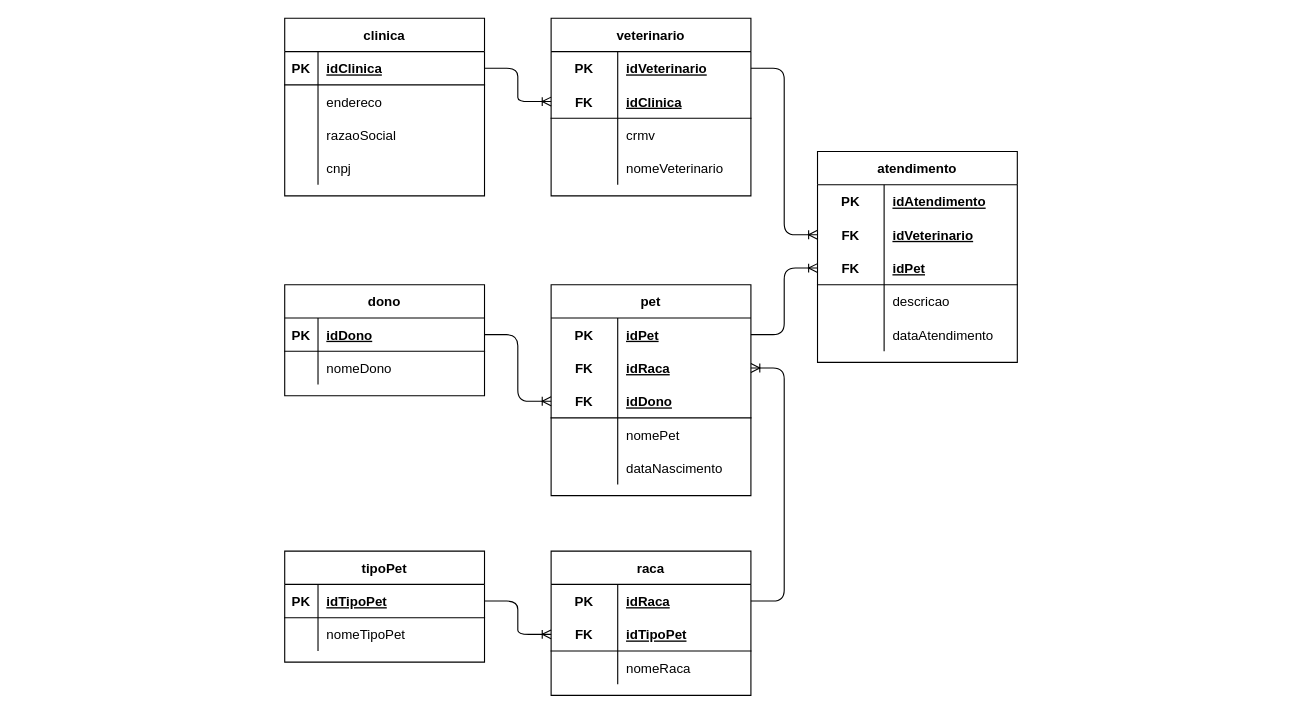
Earlier version of the draw.io diagram page "logico" (2 of 2) of reforco/tarde/lovePets/sprint-1-bd/modelagens/lovePets_modelagem.drawio (RegisMagalhaes/LovePets). Source tidied: cells renumbered, new cells numbered last; positions are measured from the earlier drawing's top-left corner, leaving out a move shared by most shapes. Both pictures are drawn from the tidied source at 111%, with x=0, y=0 at pixel (284, 18).
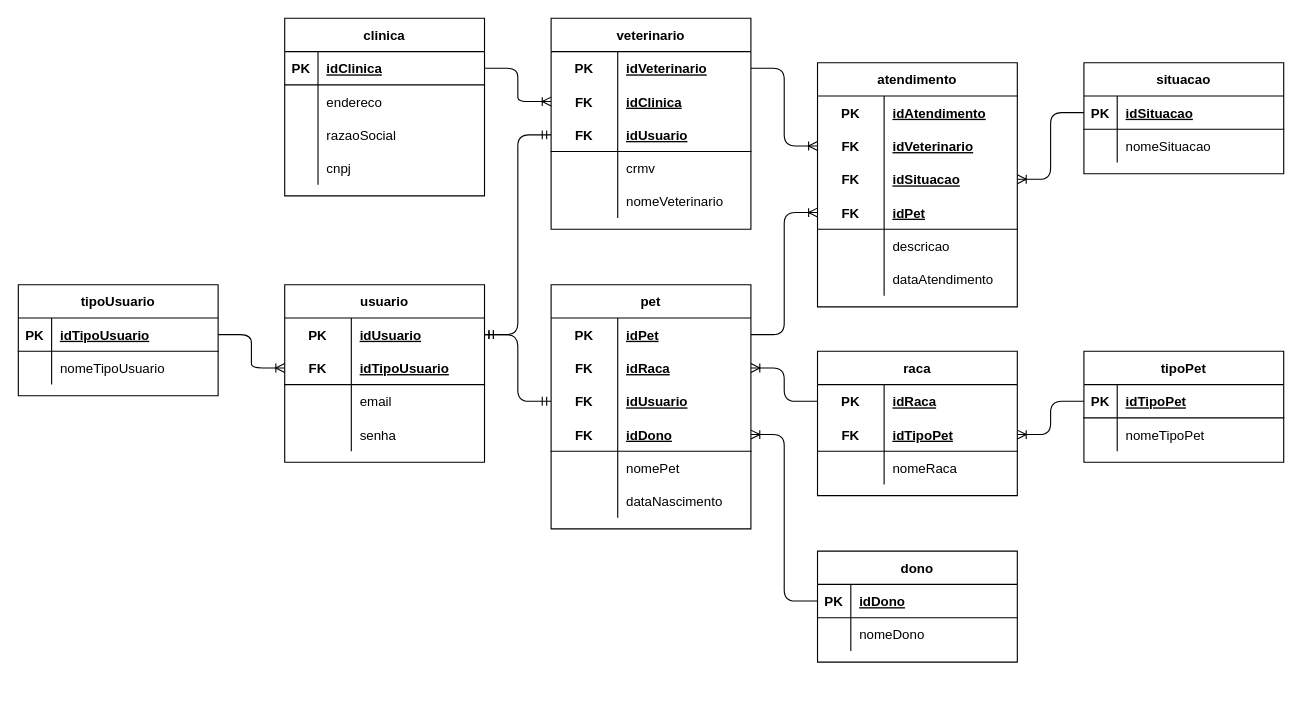
After the change.

Unchanged cells that the change refers to:
```xml
<mxCell id="3" style="shape=partialRectangle;fillColor=none;top=0;left=0;bottom=1;right=0;points=[[0,0.5],[1,0.5]];portConstraint=eastwest;" parent="2" vertex="1">
  <mxGeometry y="30" width="180" height="30" as="geometry" />
</mxCell>
```

Diff of the diagram source:
```diff
@@
     <mxCell id="15" value="veterinario" style="shape=table;startSize=30;childLayout=tableLayout;rowLines=0;fontStyle=1;align=center;" parent="1" vertex="1">
-      <mxGeometry x="240" width="180" height="160" as="geometry" />
+      <mxGeometry x="240" width="180" height="190" as="geometry" />
     </mxCell>
@@
+    <mxCell id="90" style="shape=partialRectangle;fillColor=none;top=0;left=0;bottom=0;right=0;points=[[0,0.5],[1,0.5]];portConstraint=eastwest;" parent="15" vertex="1">
+      <mxGeometry y="60" width="180" height="30" as="geometry" />
+    </mxCell>
+    <mxCell id="91" value="FK" style="shape=partialRectangle;fillColor=none;top=0;left=0;bottom=0;right=0;fontStyle=1;overflow=hidden;" parent="90" vertex="1">
+      <mxGeometry width="60" height="30" as="geometry" />
+    </mxCell>
+    <mxCell id="92" value="idClinica" style="shape=partialRectangle;fillColor=none;top=0;left=0;bottom=0;right=0;align=left;spacingLeft=6;fontStyle=5;overflow=hidden;" parent="90" vertex="1">
+      <mxGeometry x="60" width="120" height="30" as="geometry" />
+    </mxCell>
     <mxCell id="19" style="shape=partialRectangle;fillColor=none;top=0;left=0;bottom=1;right=0;points=[[0,0.5],[1,0.5]];portConstraint=eastwest;" parent="15" vertex="1">
-      <mxGeometry y="60" width="180" height="30" as="geometry" />
+      <mxGeometry y="90" width="180" height="30" as="geometry" />
     </mxCell>
@@
-    <mxCell id="21" value="idClinica" style="shape=partialRectangle;fillColor=none;top=0;left=0;bottom=0;right=0;align=left;spacingLeft=6;fontStyle=5;overflow=hidden;" parent="19" vertex="1">
+    <mxCell id="21" value="idUsuario" style="shape=partialRectangle;fillColor=none;top=0;left=0;bottom=0;right=0;align=left;spacingLeft=6;fontStyle=5;overflow=hidden;" parent="19" vertex="1">
       <mxGeometry x="60" width="120" height="30" as="geometry" />
     </mxCell>
     <mxCell id="22" style="shape=partialRectangle;fillColor=none;top=0;left=0;bottom=0;right=0;" parent="15" vertex="1">
-      <mxGeometry y="90" width="180" height="30" as="geometry" />
+      <mxGeometry y="120" width="180" height="30" as="geometry" />
     </mxCell>
@@
     <mxCell id="25" style="shape=partialRectangle;fillColor=none;top=0;left=0;bottom=0;right=0;" parent="15" vertex="1">
-      <mxGeometry y="120" width="180" height="30" as="geometry" />
+      <mxGeometry y="150" width="180" height="30" as="geometry" />
     </mxCell>
@@
     <mxCell id="28" value="dono" style="shape=table;startSize=30;childLayout=tableLayout;rowLines=0;fontStyle=1;align=center;" parent="1" vertex="1">
-      <mxGeometry y="240" width="180" height="100" as="geometry" />
+      <mxGeometry x="480" y="480" width="180" height="100" as="geometry" />
     </mxCell>
@@
     <mxCell id="35" value="pet" style="shape=table;startSize=30;childLayout=tableLayout;rowLines=0;fontStyle=1;align=center;" parent="1" vertex="1">
-      <mxGeometry x="240" y="240" width="180" height="190" as="geometry" />
+      <mxGeometry x="240" y="240" width="180" height="220" as="geometry" />
     </mxCell>
@@
+    <mxCell id="93" style="shape=partialRectangle;fillColor=none;top=0;left=0;bottom=0;right=0;points=[[0,0.5],[1,0.5]];portConstraint=eastwest;" parent="35" vertex="1">
+      <mxGeometry y="90" width="180" height="30" as="geometry" />
+    </mxCell>
+    <mxCell id="94" value="FK" style="shape=partialRectangle;fillColor=none;top=0;left=0;bottom=0;right=0;fontStyle=1;overflow=hidden;" parent="93" vertex="1">
+      <mxGeometry width="60" height="30" as="geometry" />
+    </mxCell>
+    <mxCell id="95" value="idUsuario" style="shape=partialRectangle;fillColor=none;top=0;left=0;bottom=0;right=0;align=left;spacingLeft=6;fontStyle=5;overflow=hidden;" parent="93" vertex="1">
+      <mxGeometry x="60" width="120" height="30" as="geometry" />
+    </mxCell>
     <mxCell id="42" style="shape=partialRectangle;fillColor=none;top=0;left=0;bottom=1;right=0;points=[[0,0.5],[1,0.5]];portConstraint=eastwest;" parent="35" vertex="1">
-      <mxGeometry y="90" width="180" height="30" as="geometry" />
+      <mxGeometry y="120" width="180" height="30" as="geometry" />
     </mxCell>
@@
     <mxCell id="45" style="shape=partialRectangle;fillColor=none;top=0;left=0;bottom=0;right=0;" parent="35" vertex="1">
-      <mxGeometry y="120" width="180" height="30" as="geometry" />
+      <mxGeometry y="150" width="180" height="30" as="geometry" />
     </mxCell>
@@
     <mxCell id="48" style="shape=partialRectangle;fillColor=none;top=0;left=0;bottom=0;right=0;" parent="35" vertex="1">
-      <mxGeometry y="150" width="180" height="30" as="geometry" />
+      <mxGeometry y="180" width="180" height="30" as="geometry" />
     </mxCell>
@@
     <mxCell id="51" value="tipoPet" style="shape=table;startSize=30;childLayout=tableLayout;rowLines=0;fontStyle=1;align=center;" parent="1" vertex="1">
-      <mxGeometry y="480" width="180" height="100" as="geometry" />
+      <mxGeometry x="720" y="300" width="180" height="100" as="geometry" />
     </mxCell>
@@
     <mxCell id="58" value="raca" style="shape=table;startSize=30;childLayout=tableLayout;rowLines=0;fontStyle=1;align=center;" parent="1" vertex="1">
-      <mxGeometry x="240" y="480" width="180" height="130" as="geometry" />
+      <mxGeometry x="480" y="300" width="180" height="130" as="geometry" />
     </mxCell>
@@
     <mxCell id="68" value="atendimento" style="shape=table;startSize=30;childLayout=tableLayout;rowLines=0;fontStyle=1;align=center;" parent="1" vertex="1">
-      <mxGeometry x="480" y="120" width="180" height="190" as="geometry" />
+      <mxGeometry x="480" y="40" width="180" height="220" as="geometry" />
     </mxCell>
@@
+    <mxCell id="96" style="shape=partialRectangle;fillColor=none;top=0;left=0;bottom=0;right=0;points=[[0,0.5],[1,0.5]];portConstraint=eastwest;" parent="68" vertex="1">
+      <mxGeometry y="90" width="180" height="30" as="geometry" />
+    </mxCell>
+    <mxCell id="97" value="FK" style="shape=partialRectangle;fillColor=none;top=0;left=0;bottom=0;right=0;fontStyle=1;overflow=hidden;" parent="96" vertex="1">
+      <mxGeometry width="60" height="30" as="geometry" />
+    </mxCell>
+    <mxCell id="98" value="idSituacao" style="shape=partialRectangle;fillColor=none;top=0;left=0;bottom=0;right=0;align=left;spacingLeft=6;fontStyle=5;overflow=hidden;" parent="96" vertex="1">
+      <mxGeometry x="60" width="120" height="30" as="geometry" />
+    </mxCell>
     <mxCell id="75" style="shape=partialRectangle;fillColor=none;top=0;left=0;bottom=1;right=0;points=[[0,0.5],[1,0.5]];portConstraint=eastwest;" parent="68" vertex="1">
-      <mxGeometry y="90" width="180" height="30" as="geometry" />
+      <mxGeometry y="120" width="180" height="30" as="geometry" />
     </mxCell>
@@
     <mxCell id="78" style="shape=partialRectangle;fillColor=none;top=0;left=0;bottom=0;right=0;" parent="68" vertex="1">
-      <mxGeometry y="120" width="180" height="30" as="geometry" />
+      <mxGeometry y="150" width="180" height="30" as="geometry" />
     </mxCell>
@@
     <mxCell id="81" style="shape=partialRectangle;fillColor=none;top=0;left=0;bottom=0;right=0;" parent="68" vertex="1">
-      <mxGeometry y="150" width="180" height="30" as="geometry" />
+      <mxGeometry y="180" width="180" height="30" as="geometry" />
     </mxCell>
@@
-    <mxCell id="84" style="edgeStyle=entityRelationEdgeStyle;fontSize=12;html=1;endArrow=ERoneToMany;" parent="1" edge="1" source="3" target="19">
+    <mxCell id="84" style="edgeStyle=entityRelationEdgeStyle;fontSize=12;html=1;endArrow=ERoneToMany;" parent="1" edge="1" source="3" target="90">
       <mxGeometry relative="1" as="geometry" />
     </mxCell>
@@
+    <mxCell id="99" value="situacao" style="shape=table;startSize=30;childLayout=tableLayout;rowLines=0;fontStyle=1;align=center;" parent="1" vertex="1">
+      <mxGeometry x="720" y="40" width="180" height="100" as="geometry" />
+    </mxCell>
+    <mxCell id="100" style="shape=partialRectangle;fillColor=none;top=0;left=0;bottom=1;right=0;points=[[0,0.5],[1,0.5]];portConstraint=eastwest;" parent="99" vertex="1">
+      <mxGeometry y="30" width="180" height="30" as="geometry" />
+    </mxCell>
+    <mxCell id="101" value="PK" style="shape=partialRectangle;fillColor=none;top=0;left=0;bottom=0;right=0;fontStyle=1;overflow=hidden;" parent="100" vertex="1">
+      <mxGeometry width="30" height="30" as="geometry" />
+    </mxCell>
+    <mxCell id="102" value="idSituacao" style="shape=partialRectangle;fillColor=none;top=0;left=0;bottom=0;right=0;align=left;spacingLeft=6;fontStyle=5;overflow=hidden;" parent="100" vertex="1">
+      <mxGeometry x="30" width="150" height="30" as="geometry" />
+    </mxCell>
+    <mxCell id="103" style="shape=partialRectangle;fillColor=none;top=0;left=0;bottom=0;right=0;" parent="99" vertex="1">
+      <mxGeometry y="60" width="180" height="30" as="geometry" />
+    </mxCell>
+    <mxCell id="104" style="shape=partialRectangle;fillColor=none;top=0;left=0;bottom=0;right=0;overflow=hidden;" parent="103" vertex="1">
+      <mxGeometry width="30" height="30" as="geometry" />
+    </mxCell>
+    <mxCell id="105" value="nomeSituacao" style="shape=partialRectangle;fillColor=none;top=0;left=0;bottom=0;right=0;align=left;spacingLeft=6;overflow=hidden;" parent="103" vertex="1">
+      <mxGeometry x="30" width="150" height="30" as="geometry" />
+    </mxCell>
+    <mxCell id="106" style="edgeStyle=entityRelationEdgeStyle;fontSize=12;html=1;endArrow=ERoneToMany;" parent="1" edge="1" source="100" target="96">
+      <mxGeometry relative="1" as="geometry" />
+    </mxCell>
+    <mxCell id="107" value="tipoUsuario" style="shape=table;startSize=30;childLayout=tableLayout;rowLines=0;fontStyle=1;align=center;" parent="1" vertex="1">
+      <mxGeometry x="-240" y="240" width="180" height="100" as="geometry" />
+    </mxCell>
+    <mxCell id="108" style="shape=partialRectangle;fillColor=none;top=0;left=0;bottom=1;right=0;points=[[0,0.5],[1,0.5]];portConstraint=eastwest;" parent="107" vertex="1">
+      <mxGeometry y="30" width="180" height="30" as="geometry" />
+    </mxCell>
+    <mxCell id="109" value="PK" style="shape=partialRectangle;fillColor=none;top=0;left=0;bottom=0;right=0;fontStyle=1;overflow=hidden;" parent="108" vertex="1">
+      <mxGeometry width="30" height="30" as="geometry" />
+    </mxCell>
+    <mxCell id="110" value="idTipoUsuario" style="shape=partialRectangle;fillColor=none;top=0;left=0;bottom=0;right=0;align=left;spacingLeft=6;fontStyle=5;overflow=hidden;" parent="108" vertex="1">
+      <mxGeometry x="30" width="150" height="30" as="geometry" />
+    </mxCell>
+    <mxCell id="111" style="shape=partialRectangle;fillColor=none;top=0;left=0;bottom=0;right=0;" parent="107" vertex="1">
+      <mxGeometry y="60" width="180" height="30" as="geometry" />
+    </mxCell>
+    <mxCell id="112" style="shape=partialRectangle;fillColor=none;top=0;left=0;bottom=0;right=0;overflow=hidden;" parent="111" vertex="1">
+      <mxGeometry width="30" height="30" as="geometry" />
+    </mxCell>
+    <mxCell id="113" value="nomeTipoUsuario" style="shape=partialRectangle;fillColor=none;top=0;left=0;bottom=0;right=0;align=left;spacingLeft=6;overflow=hidden;" parent="111" vertex="1">
+      <mxGeometry x="30" width="150" height="30" as="geometry" />
+    </mxCell>
+    <mxCell id="114" value="usuario" style="shape=table;startSize=30;childLayout=tableLayout;rowLines=0;fontStyle=1;align=center;" parent="1" vertex="1">
+      <mxGeometry y="240" width="180" height="160" as="geometry" />
+    </mxCell>
+    <mxCell id="115" style="shape=partialRectangle;fillColor=none;top=0;left=0;bottom=0;right=0;points=[[0,0.5],[1,0.5]];portConstraint=eastwest;" parent="114" vertex="1">
+      <mxGeometry y="30" width="180" height="30" as="geometry" />
+    </mxCell>
+    <mxCell id="116" value="PK" style="shape=partialRectangle;fillColor=none;top=0;left=0;bottom=0;right=0;fontStyle=1;overflow=hidden;" parent="115" vertex="1">
+      <mxGeometry width="60" height="30" as="geometry" />
+    </mxCell>
+    <mxCell id="117" value="idUsuario" style="shape=partialRectangle;fillColor=none;top=0;left=0;bottom=0;right=0;align=left;spacingLeft=6;fontStyle=5;overflow=hidden;" parent="115" vertex="1">
+      <mxGeometry x="60" width="120" height="30" as="geometry" />
+    </mxCell>
+    <mxCell id="118" style="shape=partialRectangle;fillColor=none;top=0;left=0;bottom=1;right=0;points=[[0,0.5],[1,0.5]];portConstraint=eastwest;" parent="114" vertex="1">
+      <mxGeometry y="60" width="180" height="30" as="geometry" />
+    </mxCell>
+    <mxCell id="119" value="FK" style="shape=partialRectangle;fillColor=none;top=0;left=0;bottom=0;right=0;fontStyle=1;overflow=hidden;" parent="118" vertex="1">
+      <mxGeometry width="60" height="30" as="geometry" />
+    </mxCell>
+    <mxCell id="120" value="idTipoUsuario" style="shape=partialRectangle;fillColor=none;top=0;left=0;bottom=0;right=0;align=left;spacingLeft=6;fontStyle=5;overflow=hidden;" parent="118" vertex="1">
+      <mxGeometry x="60" width="120" height="30" as="geometry" />
+    </mxCell>
+    <mxCell id="121" style="shape=partialRectangle;fillColor=none;top=0;left=0;bottom=0;right=0;" parent="114" vertex="1">
+      <mxGeometry y="90" width="180" height="30" as="geometry" />
+    </mxCell>
+    <mxCell id="122" style="shape=partialRectangle;fillColor=none;top=0;left=0;bottom=0;right=0;overflow=hidden;" parent="121" vertex="1">
+      <mxGeometry width="60" height="30" as="geometry" />
+    </mxCell>
+    <mxCell id="123" value="email" style="shape=partialRectangle;fillColor=none;top=0;left=0;bottom=0;right=0;align=left;spacingLeft=6;overflow=hidden;" parent="121" vertex="1">
+      <mxGeometry x="60" width="120" height="30" as="geometry" />
+    </mxCell>
+    <mxCell id="124" style="shape=partialRectangle;fillColor=none;top=0;left=0;bottom=0;right=0;" parent="114" vertex="1">
+      <mxGeometry y="120" width="180" height="30" as="geometry" />
+    </mxCell>
+    <mxCell id="125" style="shape=partialRectangle;fillColor=none;top=0;left=0;bottom=0;right=0;overflow=hidden;" parent="124" vertex="1">
+      <mxGeometry width="60" height="30" as="geometry" />
+    </mxCell>
+    <mxCell id="126" value="senha" style="shape=partialRectangle;fillColor=none;top=0;left=0;bottom=0;right=0;align=left;spacingLeft=6;overflow=hidden;" parent="124" vertex="1">
+      <mxGeometry x="60" width="120" height="30" as="geometry" />
+    </mxCell>
+    <mxCell id="127" style="edgeStyle=entityRelationEdgeStyle;fontSize=12;html=1;endArrow=ERoneToMany;" parent="1" edge="1" source="108" target="118">
+      <mxGeometry relative="1" as="geometry" />
+    </mxCell>
+    <mxCell id="128" style="edgeStyle=entityRelationEdgeStyle;fontSize=12;html=1;endArrow=ERmandOne;startArrow=ERmandOne;" parent="1" edge="1" source="115" target="93">
+      <mxGeometry relative="1" as="geometry" />
+    </mxCell>
+    <mxCell id="129" style="edgeStyle=entityRelationEdgeStyle;fontSize=12;html=1;endArrow=ERmandOne;startArrow=ERmandOne;" parent="1" edge="1" source="115" target="19">
+      <mxGeometry relative="1" as="geometry" />
+    </mxCell>
```
